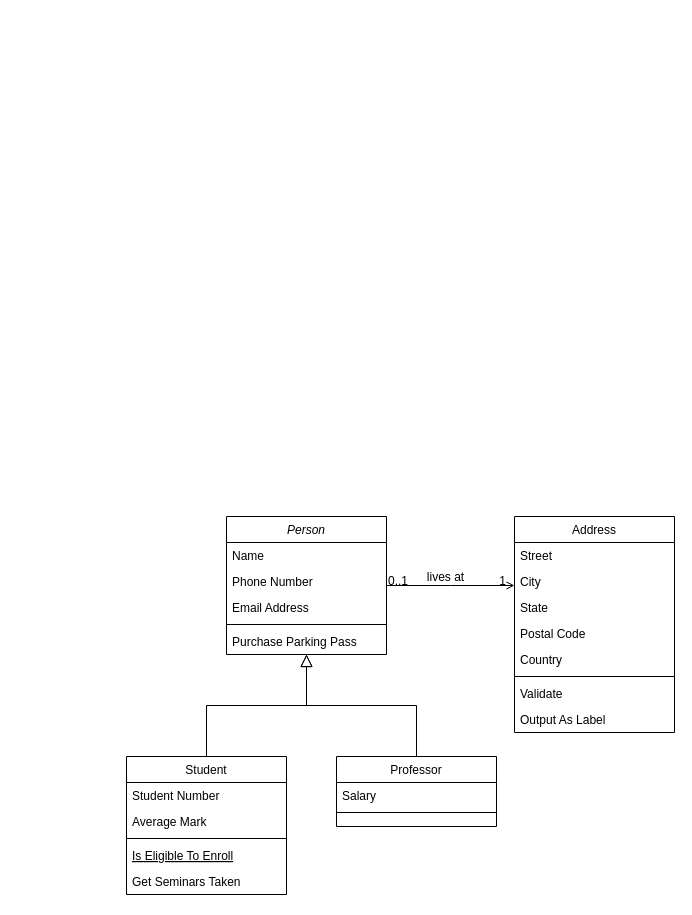
The draw.io diagram Diagrama sem nome.drawio in eusuez/studying, before the edit. Source tidied: cells renumbered, new cells numbered last; positions are measured from the earlier drawing's top-left corner, leaving out a move shared by most shapes. Both pictures are drawn from the tidied source at 100%, with x=0, y=0 at pixel (126, 516).
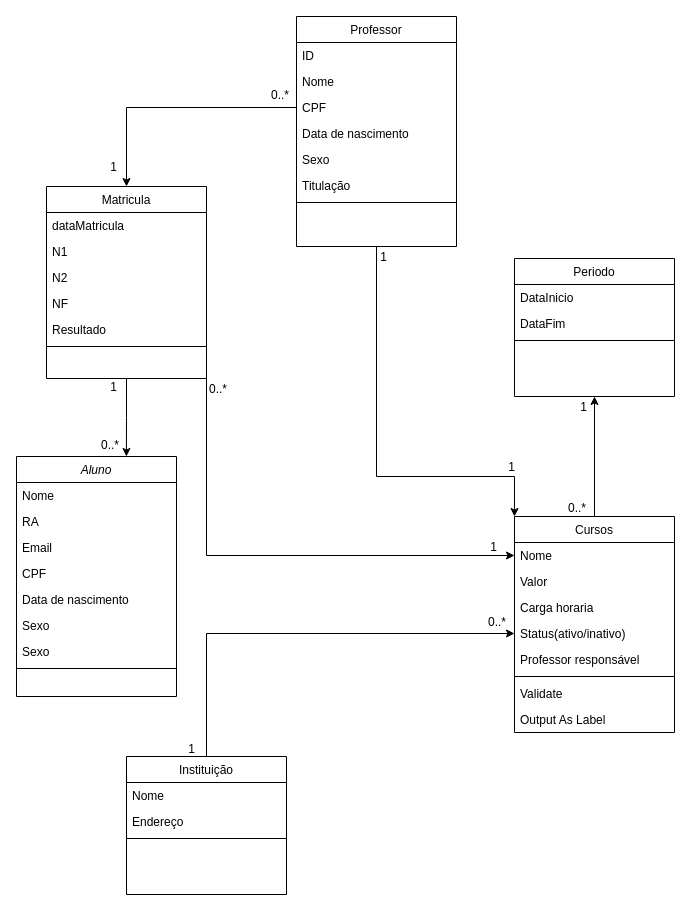
After the change.

Change to the diagram source:
```diff
@@
-    <mxCell id="2" value="Person" style="swimlane;fontStyle=2;align=center;verticalAlign=top;horizontal=1;startSize=26;rounded=0;shadow=0;strokeWidth=1;" parent="1" vertex="1">
-      <mxGeometry x="100" width="160" height="138" as="geometry" />
+    <mxCell id="2" value="Aluno" style="swimlane;fontStyle=2;align=center;verticalAlign=top;horizontal=1;startSize=26;rounded=0;shadow=0;strokeWidth=1;" parent="1" vertex="1">
+      <mxGeometry x="-110" y="-60" width="160" height="240" as="geometry" />
     </mxCell>
-    <mxCell id="3" value="Name" style="text;align=left;verticalAlign=top;spacingLeft=4;spacingRight=4;overflow=hidden;" parent="2" vertex="1">
+    <mxCell id="3" value="Nome" style="text;align=left;verticalAlign=top;spacingLeft=4;spacingRight=4;overflow=hidden;" parent="2" vertex="1">
       <mxGeometry y="26" width="160" height="26" as="geometry" />
     </mxCell>
-    <mxCell id="4" value="Phone Number" style="text;align=left;verticalAlign=top;spacingLeft=4;spacingRight=4;overflow=hidden;rounded=0;shadow=0;html=0;" parent="2" vertex="1">
+    <mxCell id="4" value="RA" style="text;align=left;verticalAlign=top;spacingLeft=4;spacingRight=4;overflow=hidden;rounded=0;shadow=0;html=0;" parent="2" vertex="1">
       <mxGeometry y="52" width="160" height="26" as="geometry" />
     </mxCell>
-    <mxCell id="5" value="Email Address" style="text;align=left;verticalAlign=top;spacingLeft=4;spacingRight=4;overflow=hidden;rounded=0;shadow=0;html=0;" parent="2" vertex="1">
+    <mxCell id="5" value="Email" style="text;align=left;verticalAlign=top;spacingLeft=4;spacingRight=4;overflow=hidden;rounded=0;shadow=0;html=0;" parent="2" vertex="1">
       <mxGeometry y="78" width="160" height="26" as="geometry" />
     </mxCell>
+    <mxCell id="7" value="CPF" style="text;align=left;verticalAlign=top;spacingLeft=4;spacingRight=4;overflow=hidden;" parent="2" vertex="1">
+      <mxGeometry y="104" width="160" height="26" as="geometry" />
+    </mxCell>
+    <mxCell id="32" value="Data de nascimento" style="text;align=left;verticalAlign=top;spacingLeft=4;spacingRight=4;overflow=hidden;" parent="2" vertex="1">
+      <mxGeometry y="130" width="160" height="26" as="geometry" />
+    </mxCell>
+    <mxCell id="33" value="Sexo" style="text;align=left;verticalAlign=top;spacingLeft=4;spacingRight=4;overflow=hidden;" parent="2" vertex="1">
+      <mxGeometry y="156" width="160" height="26" as="geometry" />
+    </mxCell>
+    <mxCell id="34" value="Sexo" style="text;align=left;verticalAlign=top;spacingLeft=4;spacingRight=4;overflow=hidden;" parent="2" vertex="1">
+      <mxGeometry y="182" width="160" height="26" as="geometry" />
+    </mxCell>
     <mxCell id="6" style="line;html=1;strokeWidth=1;align=left;verticalAlign=middle;spacingTop=-1;spacingLeft=3;spacingRight=3;labelPosition=right;" parent="2" vertex="1">
-      <mxGeometry y="104" width="160" height="8" as="geometry" />
+      <mxGeometry y="208" width="160" height="8" as="geometry" />
     </mxCell>
-    <mxCell id="7" value="Purchase Parking Pass" style="text;align=left;verticalAlign=top;spacingLeft=4;spacingRight=4;overflow=hidden;" parent="2" vertex="1">
-      <mxGeometry y="112" width="160" height="26" as="geometry" />
-    </mxCell>
+    <mxCell id="35" style="edgeStyle=orthogonalEdgeStyle;rounded=0;jettySize=auto;html=1;exitX=0.5;exitY=0;exitDx=0;exitDy=0;entryX=0;entryY=0.5;entryDx=0;entryDy=0;" parent="1" edge="1" source="8" target="23">
+      <mxGeometry relative="1" as="geometry" />
+    </mxCell>
-    <mxCell id="8" value="Student" style="swimlane;fontStyle=0;align=center;verticalAlign=top;horizontal=1;startSize=26;rounded=0;shadow=0;strokeWidth=1;" parent="1" vertex="1">
+    <mxCell id="8" value="Instituição" style="swimlane;fontStyle=0;align=center;verticalAlign=top;horizontal=1;startSize=26;rounded=0;shadow=0;strokeWidth=1;" parent="1" vertex="1">
       <mxGeometry y="240" width="160" height="138" as="geometry" />
     </mxCell>
-    <mxCell id="9" value="Student Number" style="text;align=left;verticalAlign=top;spacingLeft=4;spacingRight=4;overflow=hidden;" parent="8" vertex="1">
+    <mxCell id="9" value="Nome" style="text;align=left;verticalAlign=top;spacingLeft=4;spacingRight=4;overflow=hidden;" parent="8" vertex="1">
       <mxGeometry y="26" width="160" height="26" as="geometry" />
     </mxCell>
-    <mxCell id="10" value="Average Mark" style="text;align=left;verticalAlign=top;spacingLeft=4;spacingRight=4;overflow=hidden;rounded=0;shadow=0;html=0;" parent="8" vertex="1">
+    <mxCell id="10" value="Endereço" style="text;align=left;verticalAlign=top;spacingLeft=4;spacingRight=4;overflow=hidden;rounded=0;shadow=0;html=0;" parent="8" vertex="1">
       <mxGeometry y="52" width="160" height="26" as="geometry" />
     </mxCell>
@@
-    <mxCell id="12" value="Is Eligible To Enroll" style="text;align=left;verticalAlign=top;spacingLeft=4;spacingRight=4;overflow=hidden;fontStyle=4;" parent="8" vertex="1">
-      <mxGeometry y="86" width="160" height="26" as="geometry" />
-    </mxCell>
-    <mxCell id="13" value="Get Seminars Taken" style="text;align=left;verticalAlign=top;spacingLeft=4;spacingRight=4;overflow=hidden;" parent="8" vertex="1">
-      <mxGeometry y="112" width="160" height="26" as="geometry" />
-    </mxCell>
-    <mxCell id="14" style="endArrow=block;endSize=10;endFill=0;shadow=0;strokeWidth=1;rounded=0;curved=0;edgeStyle=elbowEdgeStyle;elbow=vertical;" parent="1" edge="1" source="8" target="2">
-      <mxGeometry relative="1" as="geometry" />
-    </mxCell>
+    <mxCell id="36" style="edgeStyle=orthogonalEdgeStyle;rounded=0;jettySize=auto;html=1;exitX=0.5;exitY=1;exitDx=0;exitDy=0;entryX=0;entryY=0;entryDx=0;entryDy=0;" parent="1" edge="1" source="15" target="19">
+      <mxGeometry relative="1" as="geometry">
+        <Array as="points">
+          <mxPoint x="250" y="-40" />
+          <mxPoint x="388" y="-40" />
+        </Array>
+      </mxGeometry>
+    </mxCell>
     <mxCell id="15" value="Professor" style="swimlane;fontStyle=0;align=center;verticalAlign=top;horizontal=1;startSize=26;rounded=0;shadow=0;strokeWidth=1;" parent="1" vertex="1">
-      <mxGeometry x="210" y="240" width="160" height="70" as="geometry" />
+      <mxGeometry x="170" y="-500" width="160" height="230" as="geometry" />
     </mxCell>
-    <mxCell id="16" value="Salary" style="text;align=left;verticalAlign=top;spacingLeft=4;spacingRight=4;overflow=hidden;" parent="15" vertex="1">
+    <mxCell id="16" value="ID" style="text;align=left;verticalAlign=top;spacingLeft=4;spacingRight=4;overflow=hidden;" parent="15" vertex="1">
       <mxGeometry y="26" width="160" height="26" as="geometry" />
     </mxCell>
+    <mxCell id="37" value="Nome" style="text;align=left;verticalAlign=top;spacingLeft=4;spacingRight=4;overflow=hidden;" parent="15" vertex="1">
+      <mxGeometry y="52" width="160" height="26" as="geometry" />
+    </mxCell>
+    <mxCell id="38" value="CPF" style="text;align=left;verticalAlign=top;spacingLeft=4;spacingRight=4;overflow=hidden;points=[[0,0.5],[1,0.5]];portConstraint=eastwest;" parent="15" vertex="1">
+      <mxGeometry y="78" width="160" height="26" as="geometry" />
+    </mxCell>
+    <mxCell id="39" value="Data de nascimento" style="text;align=left;verticalAlign=top;spacingLeft=4;spacingRight=4;overflow=hidden;" parent="15" vertex="1">
+      <mxGeometry y="104" width="160" height="26" as="geometry" />
+    </mxCell>
+    <mxCell id="40" value="Sexo" style="text;align=left;verticalAlign=top;spacingLeft=4;spacingRight=4;overflow=hidden;" parent="15" vertex="1">
+      <mxGeometry y="130" width="160" height="26" as="geometry" />
+    </mxCell>
+    <mxCell id="41" value="Titulação" style="text;align=left;verticalAlign=top;spacingLeft=4;spacingRight=4;overflow=hidden;" parent="15" vertex="1">
+      <mxGeometry y="156" width="160" height="26" as="geometry" />
+    </mxCell>
     <mxCell id="17" style="line;html=1;strokeWidth=1;align=left;verticalAlign=middle;spacingTop=-1;spacingLeft=3;spacingRight=3;labelPosition=right;" parent="15" vertex="1">
-      <mxGeometry y="52" width="160" height="8" as="geometry" />
+      <mxGeometry y="182" width="160" height="8" as="geometry" />
     </mxCell>
-    <mxCell id="18" style="endArrow=block;endSize=10;endFill=0;shadow=0;strokeWidth=1;rounded=0;curved=0;edgeStyle=elbowEdgeStyle;elbow=vertical;" parent="1" edge="1" source="15" target="2">
-      <mxGeometry relative="1" as="geometry" />
-    </mxCell>
+    <mxCell id="42" style="edgeStyle=orthogonalEdgeStyle;rounded=0;jettySize=auto;html=1;exitX=0.5;exitY=0;exitDx=0;exitDy=0;entryX=0.5;entryY=1;entryDx=0;entryDy=0;" parent="1" edge="1" source="19" target="43">
+      <mxGeometry relative="1" as="geometry" />
+    </mxCell>
-    <mxCell id="19" value="Address" style="swimlane;fontStyle=0;align=center;verticalAlign=top;horizontal=1;startSize=26;rounded=0;shadow=0;strokeWidth=1;" parent="1" vertex="1">
+    <mxCell id="19" value="Cursos" style="swimlane;fontStyle=0;align=center;verticalAlign=top;horizontal=1;startSize=26;rounded=0;shadow=0;strokeWidth=1;" parent="1" vertex="1">
       <mxGeometry x="388" width="160" height="216" as="geometry" />
     </mxCell>
-    <mxCell id="20" value="Street" style="text;align=left;verticalAlign=top;spacingLeft=4;spacingRight=4;overflow=hidden;points=[[0,0.5],[1,0.5]];portConstraint=eastwest;" parent="19" vertex="1">
+    <mxCell id="20" value="Nome" style="text;align=left;verticalAlign=top;spacingLeft=4;spacingRight=4;overflow=hidden;points=[[0,0.5],[1,0.5]];portConstraint=eastwest;" parent="19" vertex="1">
       <mxGeometry y="26" width="160" height="26" as="geometry" />
     </mxCell>
-    <mxCell id="21" value="City" style="text;align=left;verticalAlign=top;spacingLeft=4;spacingRight=4;overflow=hidden;rounded=0;shadow=0;html=0;" parent="19" vertex="1">
+    <mxCell id="21" value="Valor" style="text;align=left;verticalAlign=top;spacingLeft=4;spacingRight=4;overflow=hidden;rounded=0;shadow=0;html=0;" parent="19" vertex="1">
       <mxGeometry y="52" width="160" height="26" as="geometry" />
     </mxCell>
-    <mxCell id="22" value="State" style="text;align=left;verticalAlign=top;spacingLeft=4;spacingRight=4;overflow=hidden;rounded=0;shadow=0;html=0;" parent="19" vertex="1">
+    <mxCell id="22" value="Carga horaria" style="text;align=left;verticalAlign=top;spacingLeft=4;spacingRight=4;overflow=hidden;rounded=0;shadow=0;html=0;" parent="19" vertex="1">
       <mxGeometry y="78" width="160" height="26" as="geometry" />
     </mxCell>
-    <mxCell id="23" value="Postal Code" style="text;align=left;verticalAlign=top;spacingLeft=4;spacingRight=4;overflow=hidden;points=[[0,0.5],[1,0.5]];portConstraint=eastwest;rounded=0;shadow=0;html=0;" parent="19" vertex="1">
+    <mxCell id="23" value="Status(ativo/inativo)" style="text;align=left;verticalAlign=top;spacingLeft=4;spacingRight=4;overflow=hidden;points=[[0,0.5],[1,0.5]];portConstraint=eastwest;rounded=0;shadow=0;html=0;" parent="19" vertex="1">
       <mxGeometry y="104" width="160" height="26" as="geometry" />
     </mxCell>
-    <mxCell id="24" value="Country" style="text;align=left;verticalAlign=top;spacingLeft=4;spacingRight=4;overflow=hidden;rounded=0;shadow=0;html=0;" parent="19" vertex="1">
+    <mxCell id="24" value="Professor responsável" style="text;align=left;verticalAlign=top;spacingLeft=4;spacingRight=4;overflow=hidden;rounded=0;shadow=0;html=0;" parent="19" vertex="1">
       <mxGeometry y="130" width="160" height="26" as="geometry" />
     </mxCell>
@@
-    <mxCell id="28" style="endArrow=open;shadow=0;strokeWidth=1;rounded=0;curved=0;endFill=1;edgeStyle=elbowEdgeStyle;elbow=vertical;" parent="1" edge="1" source="2" target="19">
-      <mxGeometry x="0.5" y="41" relative="1" as="geometry">
-        <mxPoint x="-40" y="32" as="offset" />
-      </mxGeometry>
-    </mxCell>
-    <mxCell id="29" value="0..1" style="align=left;verticalAlign=bottom;labelBackgroundColor=none;fontSize=12;" parent="28" vertex="1">
-      <mxGeometry x="-1" relative="1" as="geometry">
-        <mxPoint y="4" as="offset" />
-      </mxGeometry>
-    </mxCell>
-    <mxCell id="30" value="1" style="align=right;verticalAlign=bottom;labelBackgroundColor=none;fontSize=12;" parent="28" vertex="1">
-      <mxGeometry x="1" relative="1" as="geometry">
-        <mxPoint x="-7" y="4" as="offset" />
-      </mxGeometry>
-    </mxCell>
-    <mxCell id="31" value="lives at" style="text;html=1;align=center;verticalAlign=middle;labelBackgroundColor=none;rounded=0;shadow=0;strokeWidth=1;fontSize=12;" parent="28" vertex="1">
-      <mxGeometry x="0.5" y="49" relative="1" as="geometry">
-        <mxPoint x="-38" y="40" as="offset" />
-      </mxGeometry>
-    </mxCell>
+    <mxCell id="43" value="Periodo" style="swimlane;fontStyle=0;align=center;verticalAlign=top;horizontal=1;startSize=26;rounded=0;shadow=0;strokeWidth=1;" parent="1" vertex="1">
+      <mxGeometry x="388" y="-258" width="160" height="138" as="geometry" />
+    </mxCell>
+    <mxCell id="44" value="DataInicio" style="text;align=left;verticalAlign=top;spacingLeft=4;spacingRight=4;overflow=hidden;" parent="43" vertex="1">
+      <mxGeometry y="26" width="160" height="26" as="geometry" />
+    </mxCell>
+    <mxCell id="45" value="DataFim" style="text;align=left;verticalAlign=top;spacingLeft=4;spacingRight=4;overflow=hidden;rounded=0;shadow=0;html=0;" parent="43" vertex="1">
+      <mxGeometry y="52" width="160" height="26" as="geometry" />
+    </mxCell>
+    <mxCell id="46" style="line;html=1;strokeWidth=1;align=left;verticalAlign=middle;spacingTop=-1;spacingLeft=3;spacingRight=3;labelPosition=right;" parent="43" vertex="1">
+      <mxGeometry y="78" width="160" height="8" as="geometry" />
+    </mxCell>
+    <mxCell id="47" value="1" style="align=right;verticalAlign=bottom;labelBackgroundColor=none;fontSize=12;" parent="1" vertex="1">
+      <mxGeometry x="460" y="-60" as="geometry">
+        <mxPoint x="2" y="-41" as="offset" />
+      </mxGeometry>
+    </mxCell>
+    <mxCell id="48" value="0..*" style="align=left;verticalAlign=bottom;labelBackgroundColor=none;fontSize=12;" parent="1" vertex="1">
+      <mxGeometry x="440" as="geometry" />
+    </mxCell>
+    <mxCell id="49" value="0..*" style="align=left;verticalAlign=bottom;labelBackgroundColor=none;fontSize=12;" parent="1" vertex="1">
+      <mxGeometry x="260" y="50" as="geometry">
+        <mxPoint x="100" y="64" as="offset" />
+      </mxGeometry>
+    </mxCell>
+    <mxCell id="50" value="1" style="align=right;verticalAlign=bottom;labelBackgroundColor=none;fontSize=12;" parent="1" vertex="1">
+      <mxGeometry x="110" y="108" as="geometry">
+        <mxPoint x="-40" y="133" as="offset" />
+      </mxGeometry>
+    </mxCell>
+    <mxCell id="51" value="0..*" style="align=left;verticalAlign=bottom;labelBackgroundColor=none;fontSize=12;" parent="1" vertex="1">
+      <mxGeometry x="80" y="-100" as="geometry">
+        <mxPoint x="1" y="-19" as="offset" />
+      </mxGeometry>
+    </mxCell>
+    <mxCell id="52" style="edgeStyle=orthogonalEdgeStyle;rounded=0;jettySize=auto;html=1;exitX=1;exitY=1;exitDx=0;exitDy=0;entryX=0;entryY=0.5;entryDx=0;entryDy=0;" parent="1" edge="1" source="53" target="20">
+      <mxGeometry relative="1" as="geometry" />
+    </mxCell>
+    <mxCell id="53" value="Matricula" style="swimlane;fontStyle=0;align=center;verticalAlign=top;horizontal=1;startSize=26;rounded=0;shadow=0;strokeWidth=1;" parent="1" vertex="1">
+      <mxGeometry x="-80" y="-330" width="160" height="192" as="geometry" />
+    </mxCell>
+    <mxCell id="54" value="dataMatricula" style="text;align=left;verticalAlign=top;spacingLeft=4;spacingRight=4;overflow=hidden;" parent="53" vertex="1">
+      <mxGeometry y="26" width="160" height="26" as="geometry" />
+    </mxCell>
+    <mxCell id="55" value="N1" style="text;align=left;verticalAlign=top;spacingLeft=4;spacingRight=4;overflow=hidden;rounded=0;shadow=0;html=0;" parent="53" vertex="1">
+      <mxGeometry y="52" width="160" height="26" as="geometry" />
+    </mxCell>
+    <mxCell id="56" value="N2" style="text;align=left;verticalAlign=top;spacingLeft=4;spacingRight=4;overflow=hidden;rounded=0;shadow=0;html=0;" parent="53" vertex="1">
+      <mxGeometry y="78" width="160" height="26" as="geometry" />
+    </mxCell>
+    <mxCell id="57" value="NF" style="text;align=left;verticalAlign=top;spacingLeft=4;spacingRight=4;overflow=hidden;rounded=0;shadow=0;html=0;" parent="53" vertex="1">
+      <mxGeometry y="104" width="160" height="26" as="geometry" />
+    </mxCell>
+    <mxCell id="58" value="Resultado" style="text;align=left;verticalAlign=top;spacingLeft=4;spacingRight=4;overflow=hidden;rounded=0;shadow=0;html=0;" parent="53" vertex="1">
+      <mxGeometry y="130" width="160" height="26" as="geometry" />
+    </mxCell>
+    <mxCell id="59" style="line;html=1;strokeWidth=1;align=left;verticalAlign=middle;spacingTop=-1;spacingLeft=3;spacingRight=3;labelPosition=right;" parent="53" vertex="1">
+      <mxGeometry y="156" width="160" height="8" as="geometry" />
+    </mxCell>
+    <mxCell id="60" style="edgeStyle=orthogonalEdgeStyle;rounded=0;jettySize=auto;html=1;exitX=0;exitY=0.5;exitDx=0;exitDy=0;entryX=0.5;entryY=0;entryDx=0;entryDy=0;" parent="1" edge="1" source="38" target="53">
+      <mxGeometry relative="1" as="geometry" />
+    </mxCell>
+    <mxCell id="61" value="0..*" style="align=left;verticalAlign=bottom;labelBackgroundColor=none;fontSize=12;" parent="1" vertex="1">
+      <mxGeometry x="490" y="-50" as="geometry">
+        <mxPoint x="-347" y="-363" as="offset" />
+      </mxGeometry>
+    </mxCell>
+    <mxCell id="62" value="1" style="align=right;verticalAlign=bottom;labelBackgroundColor=none;fontSize=12;" parent="1" vertex="1">
+      <mxGeometry x="-10" y="-300" as="geometry">
+        <mxPoint x="2" y="-41" as="offset" />
+      </mxGeometry>
+    </mxCell>
+    <mxCell id="63" style="edgeStyle=orthogonalEdgeStyle;rounded=0;jettySize=auto;html=1;exitX=0.5;exitY=1;exitDx=0;exitDy=0;entryX=0.687;entryY=0;entryDx=0;entryDy=0;entryPerimeter=0;" parent="1" edge="1" source="53" target="2">
+      <mxGeometry relative="1" as="geometry" />
+    </mxCell>
+    <mxCell id="64" value="1" style="align=right;verticalAlign=bottom;labelBackgroundColor=none;fontSize=12;" parent="1" vertex="1">
+      <mxGeometry x="-10" y="-80" as="geometry">
+        <mxPoint x="2" y="-41" as="offset" />
+      </mxGeometry>
+    </mxCell>
+    <mxCell id="65" value="0..*" style="align=left;verticalAlign=bottom;labelBackgroundColor=none;fontSize=12;" parent="1" vertex="1">
+      <mxGeometry x="320" y="300" as="geometry">
+        <mxPoint x="-347" y="-363" as="offset" />
+      </mxGeometry>
+    </mxCell>
+    <mxCell id="66" value="1" style="align=right;verticalAlign=bottom;labelBackgroundColor=none;fontSize=12;" parent="1" vertex="1">
+      <mxGeometry x="370" y="80" as="geometry">
+        <mxPoint x="2" y="-41" as="offset" />
+      </mxGeometry>
+    </mxCell>
+    <mxCell id="67" value="1" style="align=right;verticalAlign=bottom;labelBackgroundColor=none;fontSize=12;" parent="1" vertex="1">
+      <mxGeometry x="260" y="-210" as="geometry">
+        <mxPoint x="2" y="-41" as="offset" />
+      </mxGeometry>
+    </mxCell>
+    <mxCell id="68" value="1" style="align=right;verticalAlign=bottom;labelBackgroundColor=none;fontSize=12;" parent="1" vertex="1">
+      <mxGeometry x="388" as="geometry">
+        <mxPoint x="2" y="-41" as="offset" />
+      </mxGeometry>
+    </mxCell>
```
